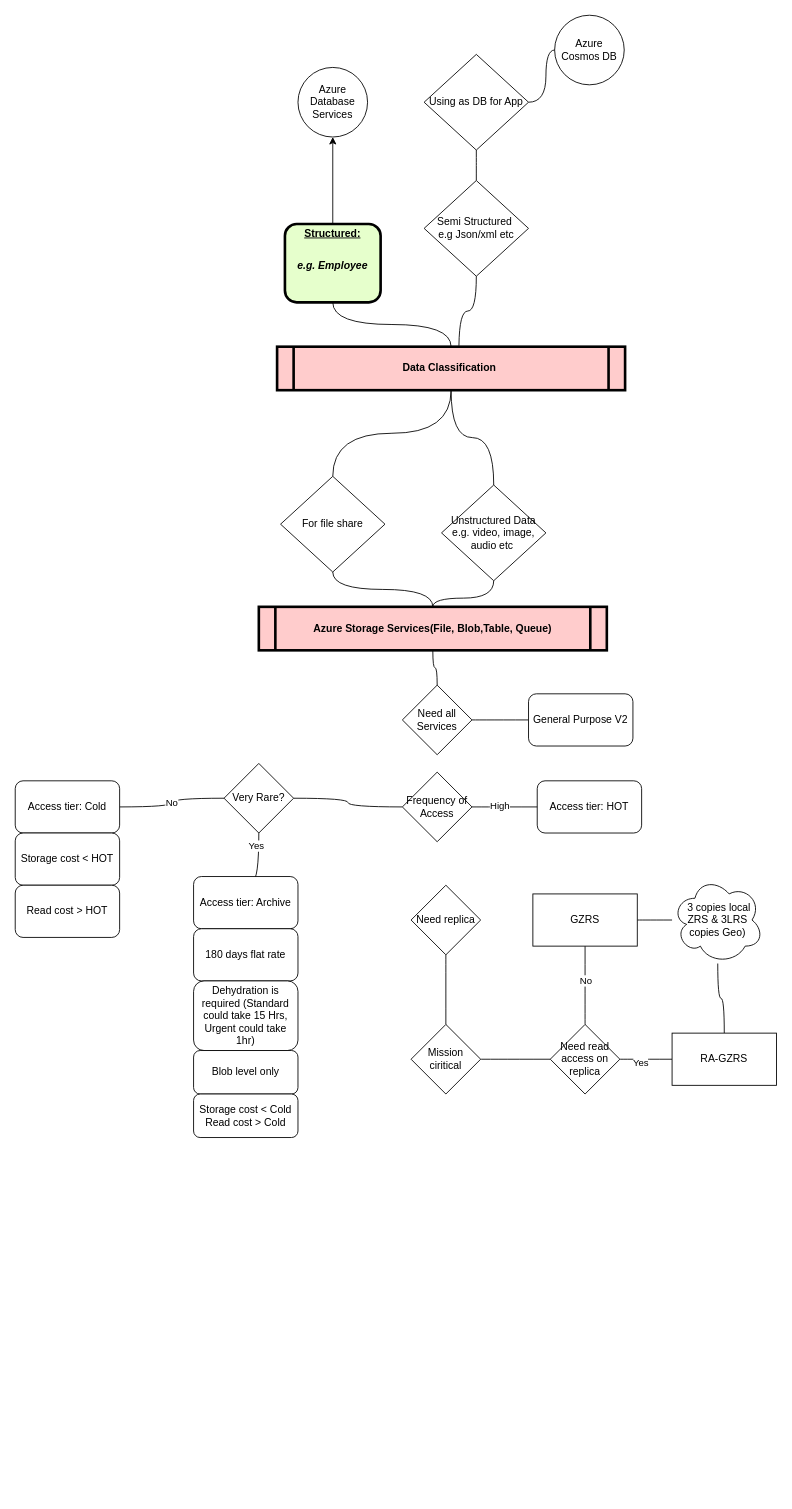
Earlier version of the draw.io diagram page "Page-2" (2 of 2) of flowdiagrams/Untitled Diagram.drawio (sheshi-sheri/Azure). Source tidied: cells renumbered, new cells numbered last; positions are measured from the earlier drawing's top-left corner, leaving out a move shared by most shapes. Both pictures are drawn from the tidied source at 87%, with x=0, y=0 at pixel (15, 15).
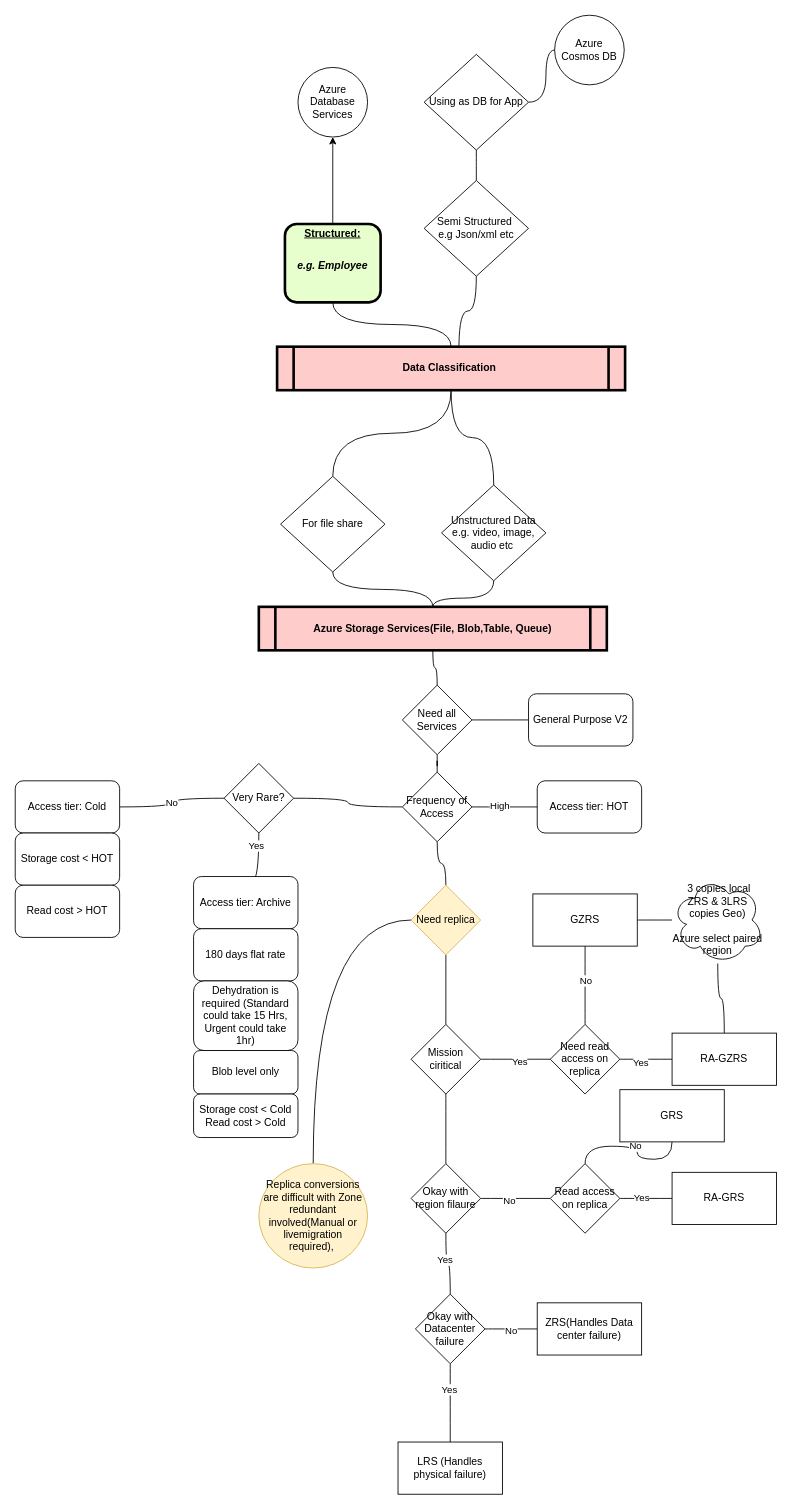
After the change.

Unchanged cells that the change refers to:
```xml
<mxCell id="27" value="Frequency of Access" style="rhombus;whiteSpace=wrap;html=1;" parent="1" vertex="1">
  <mxGeometry x="445" y="870" width="80" height="80" as="geometry" />
</mxCell>
<mxCell id="42" style="edgeStyle=orthogonalEdgeStyle;curved=1;rounded=0;jettySize=auto;html=1;endArrow=none;endFill=0;" parent="1" edge="1" source="43" target="48">
  <mxGeometry relative="1" as="geometry" />
</mxCell>
<mxCell id="43" value="Mission ciritical" style="rhombus;whiteSpace=wrap;html=1;" parent="1" vertex="1">
  <mxGeometry x="455" y="1160" width="80" height="80" as="geometry" />
</mxCell>
<mxCell id="54" value="Need all Services" style="rhombus;whiteSpace=wrap;html=1;" parent="1" vertex="1">
  <mxGeometry x="445" y="770" width="80" height="80" as="geometry" />
</mxCell>
```

Change to the diagram source:
```diff
@@
+    <mxCell id="55" style="edgeStyle=orthogonalEdgeStyle;curved=1;rounded=0;jettySize=auto;html=1;endArrow=none;endFill=0;" parent="1" edge="1" source="27" target="41">
+      <mxGeometry relative="1" as="geometry" />
+    </mxCell>
@@
+    <mxCell id="56" style="edgeStyle=orthogonalEdgeStyle;curved=1;rounded=0;jettySize=auto;html=1;endArrow=none;endFill=0;" parent="1" edge="1" source="41" target="78">
+      <mxGeometry relative="1" as="geometry" />
+    </mxCell>
-    <mxCell id="41" value="Need replica" style="rhombus;whiteSpace=wrap;html=1;" parent="1" vertex="1">
+    <mxCell id="41" value="Need replica" style="rhombus;whiteSpace=wrap;html=1;fillColor=#fff2cc;strokeColor=#d6b656;" parent="1" vertex="1">
       <mxGeometry x="455" y="1000" width="80" height="80" as="geometry" />
     </mxCell>
@@
+    <mxCell id="57" value="Yes" style="edgeLabel;html=1;align=center;verticalAlign=middle;" parent="42" vertex="1">
+      <mxGeometry x="0.11" y="-2" relative="1" as="geometry" />
+    </mxCell>
+    <mxCell id="58" style="edgeStyle=orthogonalEdgeStyle;curved=1;rounded=0;jettySize=auto;html=1;endArrow=none;endFill=0;" parent="1" edge="1" source="43" target="71">
+      <mxGeometry relative="1" as="geometry" />
+    </mxCell>
@@
-    <mxCell id="53" value="&lt;span&gt;&amp;nbsp;3 copies local ZRS &amp;amp; 3LRS copies Geo)&lt;/span&gt;" style="ellipse;shape=cloud;whiteSpace=wrap;html=1;" parent="1" vertex="1">
+    <mxCell id="53" value="&lt;span&gt;&amp;nbsp;3 copies local ZRS &amp;amp; 3LRS copies Geo)&lt;br&gt;&lt;br&gt;Azure select paired region&lt;br&gt;&lt;/span&gt;" style="ellipse;shape=cloud;whiteSpace=wrap;html=1;" parent="1" vertex="1">
       <mxGeometry x="755" y="990" width="105" height="100" as="geometry" />
     </mxCell>
+    <mxCell id="59" style="edgeStyle=orthogonalEdgeStyle;curved=1;rounded=0;jettySize=auto;html=1;endArrow=none;endFill=0;" parent="1" edge="1" source="54" target="27">
+      <mxGeometry relative="1" as="geometry" />
+    </mxCell>
@@
+    <mxCell id="60" style="edgeStyle=orthogonalEdgeStyle;curved=1;rounded=0;jettySize=auto;html=1;endArrow=none;endFill=0;" parent="1" edge="1" source="64" target="65">
+      <mxGeometry relative="1" as="geometry" />
+    </mxCell>
+    <mxCell id="61" value="No" style="edgeLabel;html=1;align=center;verticalAlign=middle;" parent="60" vertex="1">
+      <mxGeometry x="-0.03" y="-1" relative="1" as="geometry" />
+    </mxCell>
+    <mxCell id="62" style="edgeStyle=orthogonalEdgeStyle;curved=1;rounded=0;jettySize=auto;html=1;endArrow=none;endFill=0;" parent="1" edge="1" source="64" target="66">
+      <mxGeometry relative="1" as="geometry" />
+    </mxCell>
+    <mxCell id="63" value="Yes" style="edgeLabel;html=1;align=center;verticalAlign=middle;" parent="62" vertex="1">
+      <mxGeometry x="-0.35" y="-2" relative="1" as="geometry" />
+    </mxCell>
+    <mxCell id="64" value="Okay with Datacenter failure" style="rhombus;whiteSpace=wrap;html=1;" parent="1" vertex="1">
+      <mxGeometry x="460" y="1470" width="80" height="80" as="geometry" />
+    </mxCell>
+    <mxCell id="65" value="ZRS(Handles Data center failure)" style="whiteSpace=wrap;html=1;" parent="1" vertex="1">
+      <mxGeometry x="600" y="1480" width="120" height="60" as="geometry" />
+    </mxCell>
+    <mxCell id="66" value="LRS (Handles physical failure)" style="whiteSpace=wrap;html=1;" parent="1" vertex="1">
+      <mxGeometry x="440" y="1640" width="120" height="60" as="geometry" />
+    </mxCell>
+    <mxCell id="67" style="edgeStyle=orthogonalEdgeStyle;curved=1;rounded=0;jettySize=auto;html=1;endArrow=none;endFill=0;" parent="1" edge="1" source="71" target="75">
+      <mxGeometry relative="1" as="geometry" />
+    </mxCell>
+    <mxCell id="68" value="No" style="edgeLabel;html=1;align=center;verticalAlign=middle;" parent="67" vertex="1">
+      <mxGeometry x="-0.19" y="-2" relative="1" as="geometry" />
+    </mxCell>
+    <mxCell id="69" style="edgeStyle=orthogonalEdgeStyle;curved=1;rounded=0;jettySize=auto;html=1;endArrow=none;endFill=0;" parent="1" edge="1" source="71" target="64">
+      <mxGeometry relative="1" as="geometry" />
+    </mxCell>
+    <mxCell id="70" value="Yes" style="edgeLabel;html=1;align=center;verticalAlign=middle;" parent="69" vertex="1">
+      <mxGeometry x="-0.17" y="-2" relative="1" as="geometry">
+        <mxPoint y="-1" as="offset" />
+      </mxGeometry>
+    </mxCell>
+    <mxCell id="71" value="Okay with region filaure" style="rhombus;whiteSpace=wrap;html=1;" parent="1" vertex="1">
+      <mxGeometry x="455" y="1320" width="80" height="80" as="geometry" />
+    </mxCell>
+    <mxCell id="72" style="edgeStyle=orthogonalEdgeStyle;curved=1;rounded=0;jettySize=auto;html=1;endArrow=none;endFill=0;" parent="1" edge="1" source="75" target="76">
+      <mxGeometry relative="1" as="geometry" />
+    </mxCell>
+    <mxCell id="73" value="Yes" style="edgeLabel;html=1;align=center;verticalAlign=middle;" parent="72" vertex="1">
+      <mxGeometry x="-0.19" y="1" relative="1" as="geometry" />
+    </mxCell>
+    <mxCell id="74" value="No" style="edgeStyle=orthogonalEdgeStyle;curved=1;rounded=0;jettySize=auto;html=1;endArrow=none;endFill=0;" parent="1" edge="1" source="75" target="77">
+      <mxGeometry relative="1" as="geometry" />
+    </mxCell>
+    <mxCell id="75" value="Read access on replica" style="rhombus;whiteSpace=wrap;html=1;" parent="1" vertex="1">
+      <mxGeometry x="615" y="1320" width="80" height="80" as="geometry" />
+    </mxCell>
+    <mxCell id="76" value="RA-GRS" style="whiteSpace=wrap;html=1;" parent="1" vertex="1">
+      <mxGeometry x="755" y="1330" width="120" height="60" as="geometry" />
+    </mxCell>
+    <mxCell id="77" value="GRS" style="whiteSpace=wrap;html=1;" parent="1" vertex="1">
+      <mxGeometry x="695" y="1235" width="120" height="60" as="geometry" />
+    </mxCell>
+    <mxCell id="78" value="Replica conversions are difficult with Zone redundant involved(Manual or livemigration required),&amp;nbsp;" style="ellipse;whiteSpace=wrap;html=1;strokeColor=#d6b656;fillColor=#fff2cc;" parent="1" vertex="1">
+      <mxGeometry x="280" y="1320" width="125" height="120" as="geometry" />
+    </mxCell>
```
